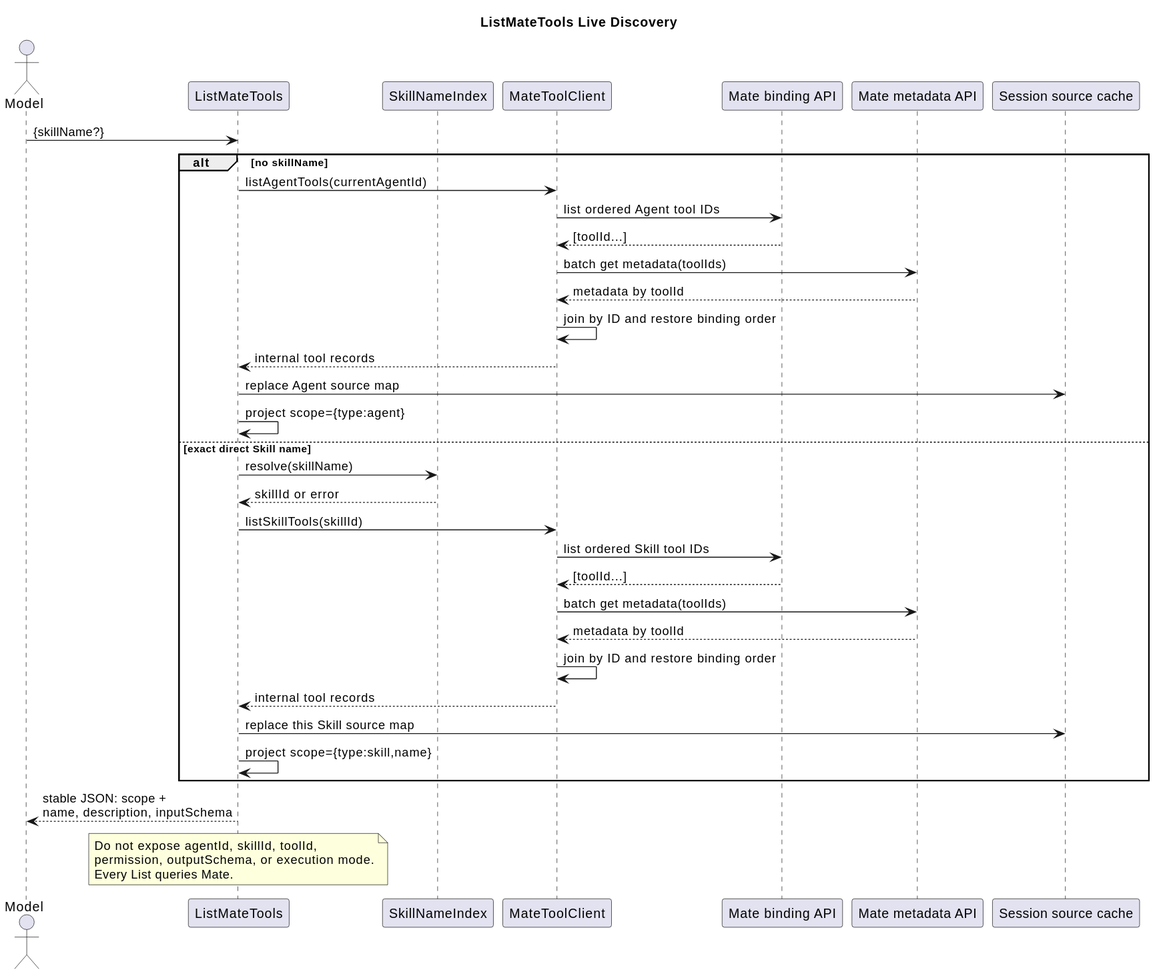
The PlantUML diagram 01-总体架构/02-CampusClaw工具系统/list_mate_tools_sequence.svg in ssm0808/pi-mono-java-design, before a commit. Source of this version:
```plantuml
@startuml
title ListMateTools Live Discovery
skinparam shadowing false


actor Model
participant "ListMateTools" as List
participant "SkillNameIndex" as Index
participant "MateToolClient" as Client
participant "Mate binding API" as Binding
participant "Mate metadata API" as Meta
participant "Session source cache" as Cache

Model -> List : {skillName?}
alt no skillName
  List -> Client : listAgentTools(currentAgentId)
  Client -> Binding : list ordered Agent tool IDs
  Binding --> Client : [toolId...]
  Client -> Meta : batch get metadata(toolIds)
  Meta --> Client : metadata by toolId
  Client -> Client : join by ID and restore binding order
  Client --> List : internal tool records
  List -> Cache : replace Agent source map
  List -> List : project scope={type:agent}
else exact direct Skill name
  List -> Index : resolve(skillName)
  Index --> List : skillId or error
  List -> Client : listSkillTools(skillId)
  Client -> Binding : list ordered Skill tool IDs
  Binding --> Client : [toolId...]
  Client -> Meta : batch get metadata(toolIds)
  Meta --> Client : metadata by toolId
  Client -> Client : join by ID and restore binding order
  Client --> List : internal tool records
  List -> Cache : replace this Skill source map
  List -> List : project scope={type:skill,name}
end
List --> Model : stable JSON: scope +\nname, description, inputSchema

note over List
Do not expose agentId, skillId, toolId,
permission, outputSchema, or execution mode.
Every List queries Mate.
end note
@enduml
```
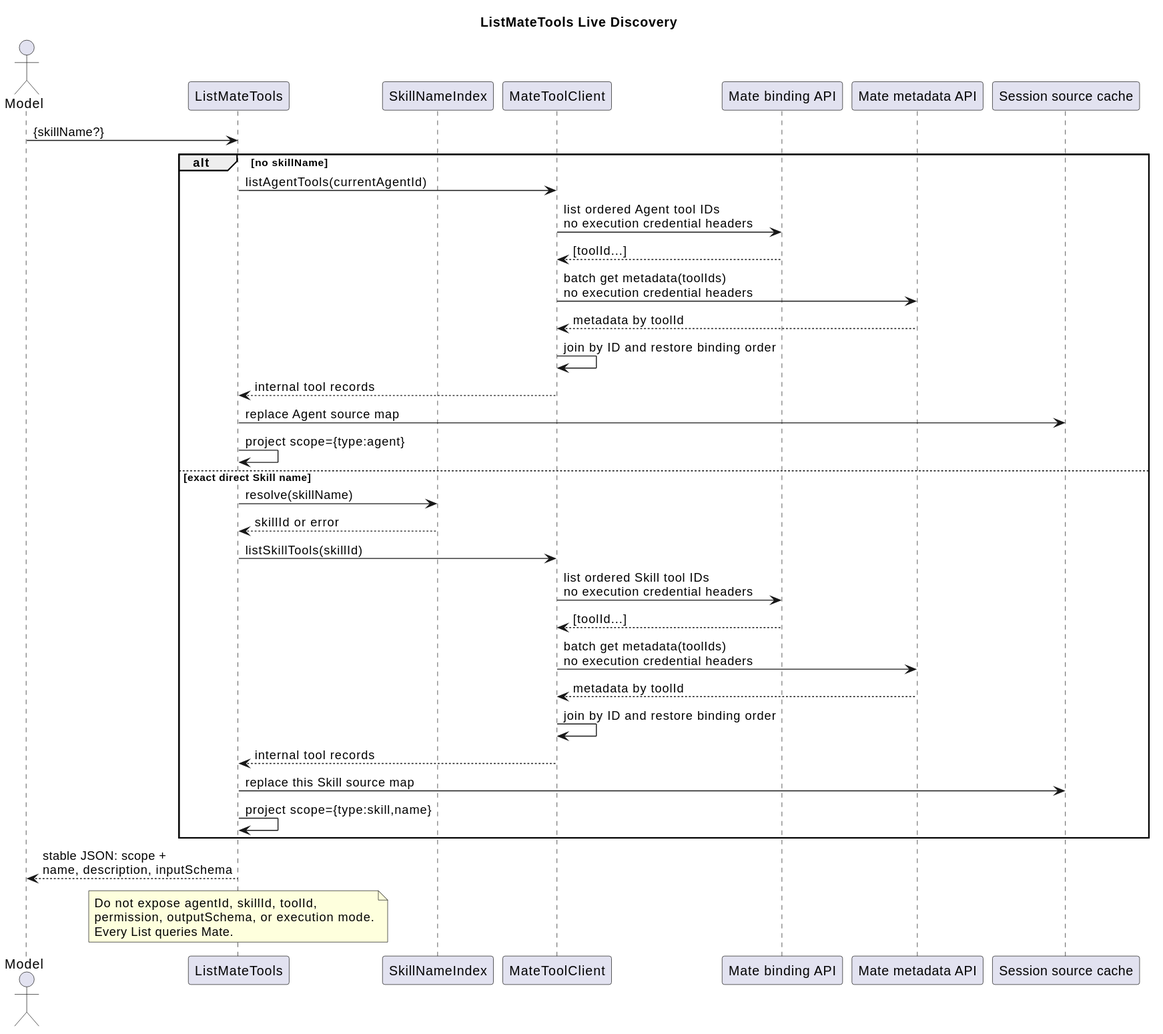
The same file after the commit.

The edit, as a diff of the source:
```diff
@@ -14,9 +14,9 @@
 Model -> List : {skillName?}
 alt no skillName
   List -> Client : listAgentTools(currentAgentId)
-  Client -> Binding : list ordered Agent tool IDs
+  Client -> Binding : list ordered Agent tool IDs\nno execution credential headers
   Binding --> Client : [toolId...]
-  Client -> Meta : batch get metadata(toolIds)
+  Client -> Meta : batch get metadata(toolIds)\nno execution credential headers
   Meta --> Client : metadata by toolId
   Client -> Client : join by ID and restore binding order
   Client --> List : internal tool records
@@ -26,9 +26,9 @@
   List -> Index : resolve(skillName)
   Index --> List : skillId or error
   List -> Client : listSkillTools(skillId)
-  Client -> Binding : list ordered Skill tool IDs
+  Client -> Binding : list ordered Skill tool IDs\nno execution credential headers
   Binding --> Client : [toolId...]
-  Client -> Meta : batch get metadata(toolIds)
+  Client -> Meta : batch get metadata(toolIds)\nno execution credential headers
   Meta --> Client : metadata by toolId
   Client -> Client : join by ID and restore binding order
   Client --> List : internal tool records
```
